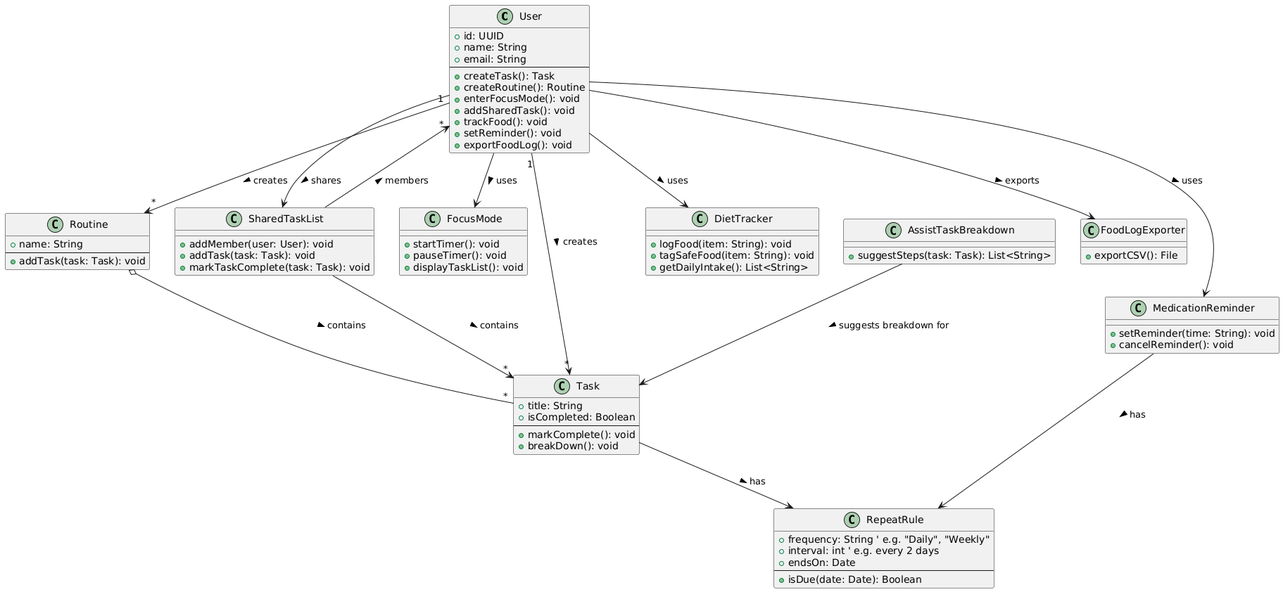
Earlier version of the PlantUML export Sprint 0 Documentation/UML Class Diagram/uml_class_diagram.png (lnkl26/capstone). Source of this version:
```plantuml
@startuml

class User {
    +id: UUID
    +name: String
    +email: String
    --
    +createTask(): Task
    +createRoutine(): Routine
    +enterFocusMode(): void
    +addSharedTask(): void
    +trackFood(): void
    +setReminder(): void
    +exportFoodLog(): void
}

class Task {
    +title: String
    +isCompleted: Boolean
    --
    +markComplete(): void
    +breakDown(): void
}

class RepeatRule {
    +frequency: String ' e.g. "Daily", "Weekly"
    +interval: int ' e.g. every 2 days
    +endsOn: Date
    --
    +isDue(date: Date): Boolean
}

class Routine {
    +name: String
    --
    +addTask(task: Task): void
}

class FocusMode {
    +startTimer(): void
    +pauseTimer(): void
    +displayTaskList(): void
}

class AssistTaskBreakdown {
    +suggestSteps(task: Task): List<String>
}

class SharedTaskList {
    +addMember(user: User): void
    +addTask(task: Task): void
    +markTaskComplete(task: Task): void
}

class DietTracker {
    +logFood(item: String): void
    +tagSafeFood(item: String): void
    +getDailyIntake(): List<String>
}

class MedicationReminder {
    +setReminder(time: String): void
    +cancelReminder(): void
}

class FoodLogExporter {
    +exportCSV(): File
}


User "1" --> "*" Task : creates >
User "1" --> "*" Routine : creates >
User --> FocusMode : uses >
User --> SharedTaskList : shares >
User --> DietTracker : uses >
User --> MedicationReminder : uses >
User --> FoodLogExporter : exports >

Routine o-- "*" Task : contains >

Task --> RepeatRule : has >

MedicationReminder --> RepeatRule : has >

AssistTaskBreakdown --> Task : suggests breakdown for >

SharedTaskList --> "*" Task : contains >
SharedTaskList --> "*" User : members >
@enduml
```
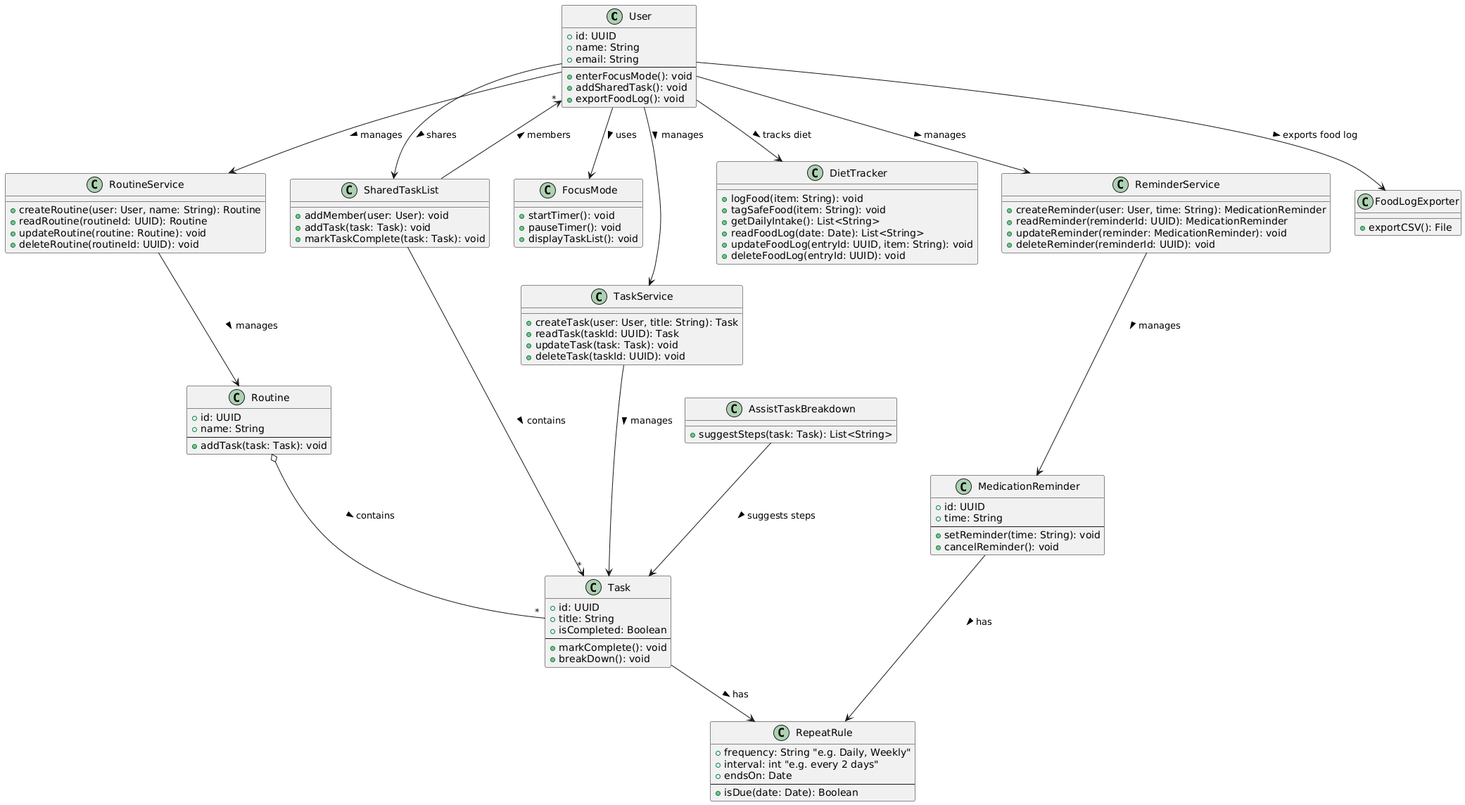
The same file after the commit.

Commit message:
Updated UML class diagram to include CRUD

What changed in the source:
```diff
@@ -5,16 +5,13 @@
     +name: String
     +email: String
     --
-    +createTask(): Task
-    +createRoutine(): Routine
     +enterFocusMode(): void
     +addSharedTask(): void
-    +trackFood(): void
-    +setReminder(): void
     +exportFoodLog(): void
 }
 
 class Task {
+    +id: UUID
     +title: String
     +isCompleted: Boolean
     --
@@ -22,18 +19,33 @@
     +breakDown(): void
 }
 
+class TaskService {
+    +createTask(user: User, title: String): Task
+    +readTask(taskId: UUID): Task
+    +updateTask(task: Task): void
+    +deleteTask(taskId: UUID): void
+}
+
 class RepeatRule {
-    +frequency: String ' e.g. "Daily", "Weekly"
-    +interval: int ' e.g. every 2 days
+    +frequency: String "e.g. Daily, Weekly"
+    +interval: int "e.g. every 2 days"
     +endsOn: Date
     --
     +isDue(date: Date): Boolean
 }
 
 class Routine {
+    +id: UUID
     +name: String
     --
     +addTask(task: Task): void
+}
+
+class RoutineService {
+    +createRoutine(user: User, name: String): Routine
+    +readRoutine(routineId: UUID): Routine
+    +updateRoutine(routine: Routine): void
+    +deleteRoutine(routineId: UUID): void
 }
 
 class FocusMode {
@@ -56,11 +68,24 @@
     +logFood(item: String): void
     +tagSafeFood(item: String): void
     +getDailyIntake(): List<String>
+    +readFoodLog(date: Date): List<String>
+    +updateFoodLog(entryId: UUID, item: String): void
+    +deleteFoodLog(entryId: UUID): void
 }
 
 class MedicationReminder {
+    +id: UUID
+    +time: String
+    --
     +setReminder(time: String): void
     +cancelReminder(): void
+}
+
+class ReminderService {
+    +createReminder(user: User, time: String): MedicationReminder
+    +readReminder(reminderId: UUID): MedicationReminder
+    +updateReminder(reminder: MedicationReminder): void
+    +deleteReminder(reminderId: UUID): void
 }
 
 class FoodLogExporter {
@@ -68,22 +93,23 @@
 }
 
 
-User "1" --> "*" Task : creates >
-User "1" --> "*" Routine : creates >
 User --> FocusMode : uses >
 User --> SharedTaskList : shares >
-User --> DietTracker : uses >
-User --> MedicationReminder : uses >
-User --> FoodLogExporter : exports >
+User --> DietTracker : tracks diet >
+User --> FoodLogExporter : exports food log >
 
-Routine o-- "*" Task : contains >
+User --> TaskService : manages >
+User --> RoutineService : manages >
+User --> ReminderService : manages >
 
 Task --> RepeatRule : has >
-
 MedicationReminder --> RepeatRule : has >
-
-AssistTaskBreakdown --> Task : suggests breakdown for >
-
+Routine o-- "*" Task : contains >
 SharedTaskList --> "*" Task : contains >
 SharedTaskList --> "*" User : members >
+AssistTaskBreakdown --> Task : suggests steps >
+
+TaskService --> Task : manages >
+RoutineService --> Routine : manages >
+ReminderService --> MedicationReminder : manages >
 @enduml
```
